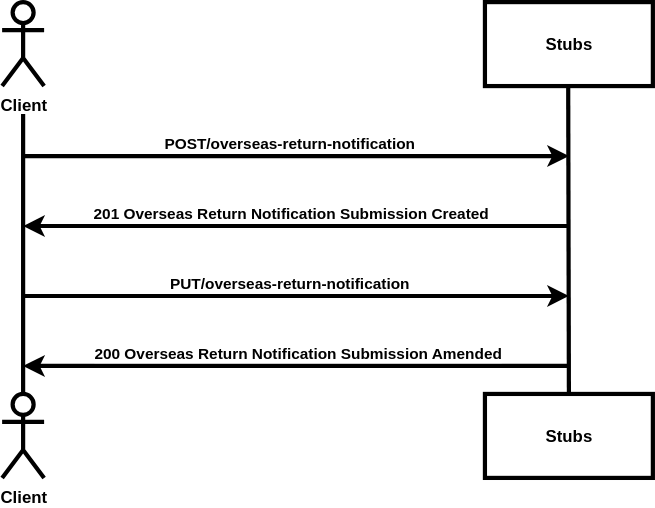
This is source/documentation/figures/amendorn-test-sequence.svg from hmrc/pillar2-service-guide, a draw.io export, as it was before one commit. Source tidied: cells renumbered, new cells last; positions are measured from the earlier drawing's top-left corner, leaving out a move shared by most shapes.
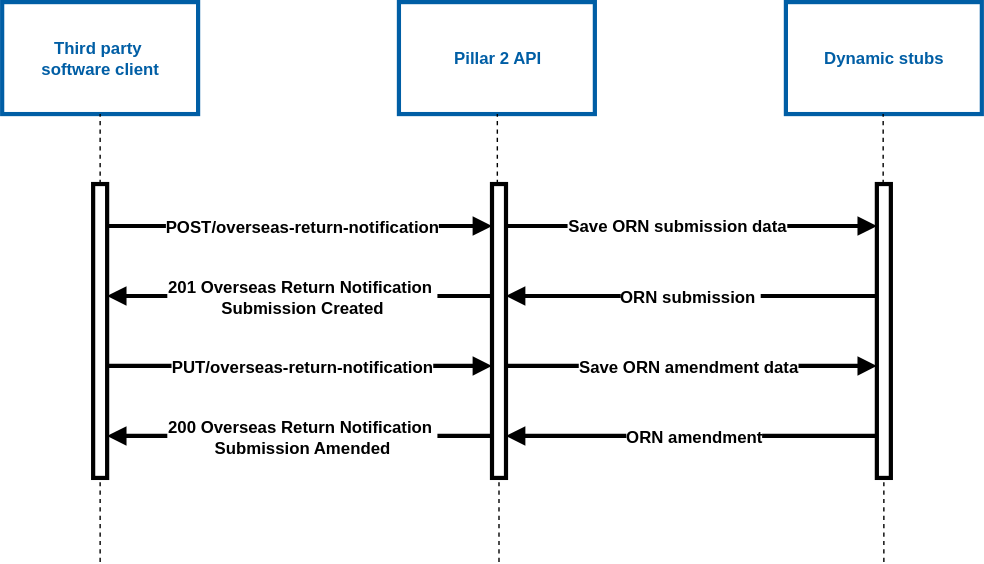
The same diagram one commit later.

Commit message:
Updated sequence diagrams

Change to the diagram source:
```diff
@@ -2,72 +2,123 @@
   <root>
     <mxCell id="0" />
     <mxCell id="1" parent="0" />
-    <mxCell id="2" value="Client" style="shape=umlActor;verticalLabelPosition=bottom;verticalAlign=top;html=1;strokeWidth=3;fontStyle=1;" parent="1" vertex="1">
-      <mxGeometry width="30" height="60" as="geometry" />
-    </mxCell>
-    <mxCell id="3" value="Client" style="shape=umlActor;verticalLabelPosition=bottom;verticalAlign=top;html=1;strokeWidth=3;fontStyle=1;" parent="1" vertex="1">
-      <mxGeometry y="280" width="30" height="60" as="geometry" />
-    </mxCell>
-    <mxCell id="4" style="endArrow=none;html=1;rounded=0;strokeWidth=3;" parent="1" edge="1">
-      <mxGeometry relative="1" as="geometry">
-        <mxPoint x="15" y="280" as="sourcePoint" />
-        <mxPoint x="15" y="80" as="targetPoint" />
-      </mxGeometry>
-    </mxCell>
-    <mxCell id="5" value="Stubs" style="rounded=0;whiteSpace=wrap;html=1;fontStyle=1;strokeWidth=3;" parent="1" vertex="1">
-      <mxGeometry x="345" width="120" height="60" as="geometry" />
-    </mxCell>
-    <mxCell id="6" value="Stubs" style="rounded=0;whiteSpace=wrap;html=1;strokeWidth=3;fontStyle=1;" parent="1" vertex="1">
-      <mxGeometry x="345" y="280" width="120" height="60" as="geometry" />
-    </mxCell>
-    <mxCell id="7" style="endArrow=none;html=1;rounded=0;exitX=0.5;exitY=0;exitDx=0;exitDy=0;strokeWidth=3;" parent="1" edge="1" source="6">
-      <mxGeometry relative="1" as="geometry">
-        <mxPoint x="404.5" y="60" as="targetPoint" />
-      </mxGeometry>
-    </mxCell>
-    <mxCell id="8" style="endArrow=classic;html=1;rounded=0;strokeWidth=3;" parent="1" edge="1">
-      <mxGeometry relative="1" as="geometry">
-        <mxPoint x="15" y="110" as="sourcePoint" />
-        <mxPoint x="405" y="110" as="targetPoint" />
-      </mxGeometry>
-    </mxCell>
+    <mxCell id="16" value="&lt;b&gt;&lt;font style=&quot;color: light-dark(rgb(0, 94, 165), rgb(237, 237, 237));&quot;&gt;Third party&amp;nbsp;&lt;/font&gt;&lt;/b&gt;&lt;div&gt;&lt;b&gt;&lt;font style=&quot;color: light-dark(rgb(0, 94, 165), rgb(237, 237, 237));&quot;&gt;software client&lt;/font&gt;&lt;/b&gt;&lt;/div&gt;" style="rounded=0;whiteSpace=wrap;html=1;strokeWidth=3;strokeColor=light-dark(#005ea5, #ededed);" parent="1" vertex="1">
+      <mxGeometry x="-25" y="50" width="140" height="80" as="geometry" />
+    </mxCell>
+    <mxCell id="17" style="endArrow=none;dashed=1;html=1;rounded=0;strokeWidth=1;" parent="1" edge="1" source="19" target="16">
+      <mxGeometry relative="1" as="geometry" />
+    </mxCell>
+    <mxCell id="18" style="endArrow=none;dashed=1;html=1;rounded=0;strokeWidth=1;" parent="1" edge="1" target="19">
+      <mxGeometry relative="1" as="geometry">
+        <mxPoint x="45" y="450" as="sourcePoint" />
+      </mxGeometry>
+    </mxCell>
+    <mxCell id="19" style="html=1;points=[[0,0,0,0,5],[0,1,0,0,-5],[1,0,0,0,5],[1,1,0,0,-5]];perimeter=orthogonalPerimeter;outlineConnect=0;targetShapes=umlLifeline;portConstraint=eastwest;newEdgeStyle={&quot;curved&quot;:0,&quot;rounded&quot;:0};strokeWidth=3;" parent="1" vertex="1">
+      <mxGeometry x="40" y="180" width="10" height="210" as="geometry" />
+    </mxCell>
+    <mxCell id="20" value="&lt;b&gt;&lt;font style=&quot;color: light-dark(rgb(0, 94, 165), rgb(237, 237, 237));&quot;&gt;Pillar 2 API&lt;/font&gt;&lt;/b&gt;" style="rounded=0;whiteSpace=wrap;html=1;strokeWidth=3;strokeColor=light-dark(#005ea5, #ededed);" parent="1" vertex="1">
+      <mxGeometry x="258.5" y="50" width="140" height="80" as="geometry" />
+    </mxCell>
+    <mxCell id="21" style="endArrow=none;dashed=1;html=1;rounded=0;strokeWidth=1;" parent="1" edge="1" source="26" target="20">
+      <mxGeometry relative="1" as="geometry" />
+    </mxCell>
+    <mxCell id="22" style="endArrow=none;dashed=1;html=1;rounded=0;strokeWidth=1;" parent="1" edge="1" target="26">
+      <mxGeometry relative="1" as="geometry">
+        <mxPoint x="330" y="450" as="sourcePoint" />
+      </mxGeometry>
+    </mxCell>
+    <mxCell id="23" style="endArrow=block;html=1;rounded=0;strokeWidth=3;endFill=1;" parent="1" edge="1" source="19" target="26">
+      <mxGeometry relative="1" as="geometry">
+        <Array as="points">
+          <mxPoint x="225" y="210" />
+        </Array>
+      </mxGeometry>
+    </mxCell>
-    <mxCell id="9" value="POST/overseas-return-notification" style="edgeLabel;html=1;align=center;verticalAlign=middle;fontStyle=1;" parent="8" vertex="1">
-      <mxGeometry x="-0.19" relative="1" as="geometry">
-        <mxPoint x="31" y="-10" as="offset" />
-      </mxGeometry>
+    <mxCell id="9" value="POST/overseas-return-notification" style="edgeLabel;html=1;align=center;verticalAlign=middle;fontStyle=1;fontSize=12;" parent="23" vertex="1">
+      <mxGeometry relative="1" as="geometry" />
     </mxCell>
-    <mxCell id="10" style="endArrow=classic;html=1;rounded=0;strokeWidth=3;" parent="1" edge="1">
-      <mxGeometry relative="1" as="geometry">
-        <mxPoint x="405" y="160" as="sourcePoint" />
-        <mxPoint x="15" y="160" as="targetPoint" />
-      </mxGeometry>
-    </mxCell>
+    <mxCell id="24" value="&lt;b style=&quot;background-color: transparent; color: light-dark(rgb(0, 0, 0), rgb(255, 255, 255));&quot;&gt;&lt;font style=&quot;color: light-dark(rgb(0, 94, 165), rgb(237, 237, 237));&quot;&gt;Dynamic stubs&lt;/font&gt;&lt;/b&gt;" style="rounded=0;whiteSpace=wrap;html=1;strokeWidth=3;strokeColor=light-dark(#005ea5, #ededed);" parent="1" vertex="1">
+      <mxGeometry x="535" y="50" width="140" height="80" as="geometry" />
+    </mxCell>
+    <mxCell id="25" style="endArrow=block;html=1;rounded=0;exitX=0.5;exitY=0.125;exitDx=0;exitDy=0;exitPerimeter=0;strokeWidth=3;endFill=1;" parent="1" edge="1" target="26">
+      <mxGeometry relative="1" as="geometry">
+        <mxPoint x="50" y="310" as="sourcePoint" />
+      </mxGeometry>
+    </mxCell>
+    <mxCell id="13" value="PUT/overseas-return-notification" style="edgeLabel;html=1;align=center;verticalAlign=middle;fontStyle=1;fontSize=12;" parent="25" vertex="1">
+      <mxGeometry relative="1" as="geometry" />
+    </mxCell>
+    <mxCell id="26" style="html=1;points=[[0,0,0,0,5],[0,1,0,0,-5],[1,0,0,0,5],[1,1,0,0,-5]];perimeter=orthogonalPerimeter;outlineConnect=0;targetShapes=umlLifeline;portConstraint=eastwest;newEdgeStyle={&quot;curved&quot;:0,&quot;rounded&quot;:0};strokeWidth=3;" parent="1" vertex="1">
+      <mxGeometry x="325" y="180" width="10" height="210" as="geometry" />
+    </mxCell>
+    <mxCell id="27" style="endArrow=block;html=1;rounded=0;strokeWidth=3;endFill=1;" parent="1" edge="1" source="26">
+      <mxGeometry relative="1" as="geometry">
+        <mxPoint x="600" y="210" as="targetPoint" />
+      </mxGeometry>
+    </mxCell>
+    <mxCell id="28" value="&lt;span style=&quot;font-size: 12px;&quot;&gt;&lt;b&gt;Save ORN submission data&lt;/b&gt;&lt;/span&gt;" style="edgeLabel;html=1;align=center;verticalAlign=middle;" parent="27" vertex="1">
+      <mxGeometry x="-0.09" y="2" relative="1" as="geometry">
+        <mxPoint x="1" y="1" as="offset" />
+      </mxGeometry>
+    </mxCell>
+    <mxCell id="29" style="endArrow=none;html=1;rounded=0;strokeWidth=3;startArrow=block;startFill=1;endFill=0;" parent="1" edge="1" source="19">
+      <mxGeometry relative="1" as="geometry">
+        <mxPoint x="325" y="260" as="targetPoint" />
+      </mxGeometry>
+    </mxCell>
-    <mxCell id="11" value="201 Overseas Return Notification Submission Created" style="edgeLabel;html=1;align=center;verticalAlign=middle;fontStyle=1;" parent="10" vertex="1">
-      <mxGeometry x="0.13" relative="1" as="geometry">
-        <mxPoint x="20" y="-10" as="offset" />
-      </mxGeometry>
+    <mxCell id="11" value="201 Overseas Return Notification&amp;nbsp;&lt;div&gt;Submission Created&lt;/div&gt;" style="edgeLabel;html=1;align=center;verticalAlign=middle;fontStyle=1;fontSize=12;" parent="29" vertex="1">
+      <mxGeometry relative="1" as="geometry" />
     </mxCell>
-    <mxCell id="12" style="endArrow=classic;html=1;rounded=0;strokeWidth=3;" parent="1" edge="1">
-      <mxGeometry relative="1" as="geometry">
-        <mxPoint x="15" y="210" as="sourcePoint" />
-        <mxPoint x="405" y="210" as="targetPoint" />
-      </mxGeometry>
-    </mxCell>
-    <mxCell id="13" value="PUT/overseas-return-notification" style="edgeLabel;html=1;align=center;verticalAlign=middle;fontStyle=1;" parent="12" vertex="1">
-      <mxGeometry x="-0.15" y="-2" relative="1" as="geometry">
-        <mxPoint x="23" y="-12" as="offset" />
-      </mxGeometry>
-    </mxCell>
-    <mxCell id="14" style="endArrow=classic;html=1;rounded=0;strokeWidth=3;" parent="1" edge="1">
-      <mxGeometry relative="1" as="geometry">
-        <mxPoint x="405" y="260" as="sourcePoint" />
-        <mxPoint x="15" y="260" as="targetPoint" />
-      </mxGeometry>
-    </mxCell>
+    <mxCell id="30" style="endArrow=none;html=1;rounded=0;exitX=0.5;exitY=0.125;exitDx=0;exitDy=0;exitPerimeter=0;strokeWidth=3;startArrow=block;startFill=1;endFill=0;" parent="1" edge="1">
+      <mxGeometry relative="1" as="geometry">
+        <mxPoint x="50" y="360" as="sourcePoint" />
+        <mxPoint x="325" y="360" as="targetPoint" />
+      </mxGeometry>
+    </mxCell>
-    <mxCell id="15" value="200 Overseas Return Notification Submission Amended" style="edgeLabel;html=1;align=center;verticalAlign=middle;fontStyle=1;" parent="14" vertex="1">
-      <mxGeometry y="2" relative="1" as="geometry">
-        <mxPoint y="-12" as="offset" />
-      </mxGeometry>
+    <mxCell id="15" value="200 Overseas Return Notification&amp;nbsp;&lt;div&gt;Submission Amended&lt;/div&gt;" style="edgeLabel;html=1;align=center;verticalAlign=middle;fontStyle=1;fontSize=12;" parent="30" vertex="1">
+      <mxGeometry relative="1" as="geometry" />
     </mxCell>
+    <mxCell id="31" style="endArrow=block;html=1;rounded=0;exitX=0.5;exitY=0.125;exitDx=0;exitDy=0;exitPerimeter=0;strokeWidth=3;endFill=1;" parent="1" edge="1" target="33">
+      <mxGeometry relative="1" as="geometry">
+        <mxPoint x="335" y="310" as="sourcePoint" />
+      </mxGeometry>
+    </mxCell>
+    <mxCell id="32" value="&lt;div&gt;&lt;span style=&quot;font-size: 12px;&quot;&gt;&lt;b&gt;Save ORN amendment data&lt;/b&gt;&lt;/span&gt;&lt;/div&gt;" style="edgeLabel;html=1;align=center;verticalAlign=middle;" parent="31" vertex="1">
+      <mxGeometry x="-0.03" y="3" relative="1" as="geometry">
+        <mxPoint x="1" y="3" as="offset" />
+      </mxGeometry>
+    </mxCell>
+    <mxCell id="33" style="html=1;points=[[0,0,0,0,5],[0,1,0,0,-5],[1,0,0,0,5],[1,1,0,0,-5]];perimeter=orthogonalPerimeter;outlineConnect=0;targetShapes=umlLifeline;portConstraint=eastwest;newEdgeStyle={&quot;curved&quot;:0,&quot;rounded&quot;:0};strokeWidth=3;" parent="1" vertex="1">
+      <mxGeometry x="600" y="180" width="10" height="210" as="geometry" />
+    </mxCell>
+    <mxCell id="34" style="endArrow=none;dashed=1;html=1;rounded=0;strokeWidth=1;" parent="1" edge="1">
+      <mxGeometry relative="1" as="geometry">
+        <mxPoint x="604.5" y="180" as="sourcePoint" />
+        <mxPoint x="604.5" y="130" as="targetPoint" />
+      </mxGeometry>
+    </mxCell>
+    <mxCell id="35" style="endArrow=none;dashed=1;html=1;rounded=0;strokeWidth=1;" parent="1" edge="1" target="33">
+      <mxGeometry relative="1" as="geometry">
+        <mxPoint x="605" y="450" as="sourcePoint" />
+      </mxGeometry>
+    </mxCell>
+    <mxCell id="36" style="endArrow=none;html=1;rounded=0;strokeWidth=3;startArrow=block;startFill=1;endFill=0;" parent="1" edge="1" target="33">
+      <mxGeometry relative="1" as="geometry">
+        <mxPoint x="335" y="260" as="sourcePoint" />
+      </mxGeometry>
+    </mxCell>
+    <mxCell id="37" value="ORN submission&amp;nbsp;" style="edgeLabel;html=1;align=center;verticalAlign=middle;fontStyle=1;fontSize=12;" parent="36" vertex="1">
+      <mxGeometry relative="1" as="geometry">
+        <mxPoint x="-3" as="offset" />
+      </mxGeometry>
+    </mxCell>
+    <mxCell id="38" style="endArrow=none;html=1;rounded=0;strokeWidth=3;startArrow=block;startFill=1;endFill=0;" parent="1" edge="1" target="33">
+      <mxGeometry relative="1" as="geometry">
+        <mxPoint x="335" y="360" as="sourcePoint" />
+      </mxGeometry>
+    </mxCell>
+    <mxCell id="39" value="ORN amendment" style="edgeLabel;html=1;align=center;verticalAlign=middle;fontStyle=1;fontSize=12;" parent="38" vertex="1">
+      <mxGeometry relative="1" as="geometry" />
+    </mxCell>
   </root>
 </mxGraphModel>
```
